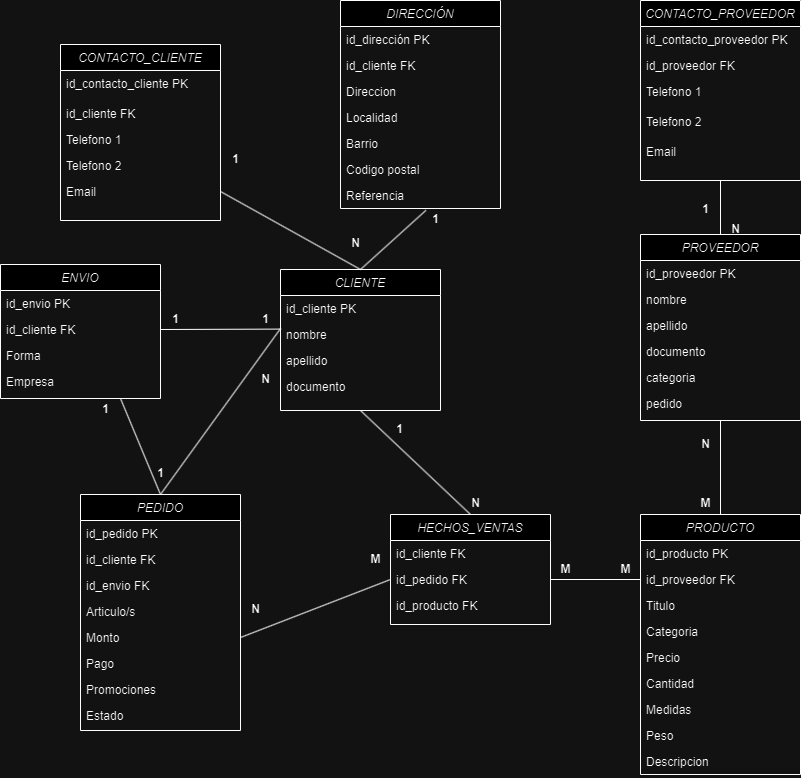
The draw.io diagram Diagrama tienda - CODERHOUSE.png in augustomenazzi/SQL---CODERHOUSE, before a commit. Source tidied: cells renumbered, new cells last; positions are measured from the earlier drawing's top-left corner, leaving out a move shared by most shapes.
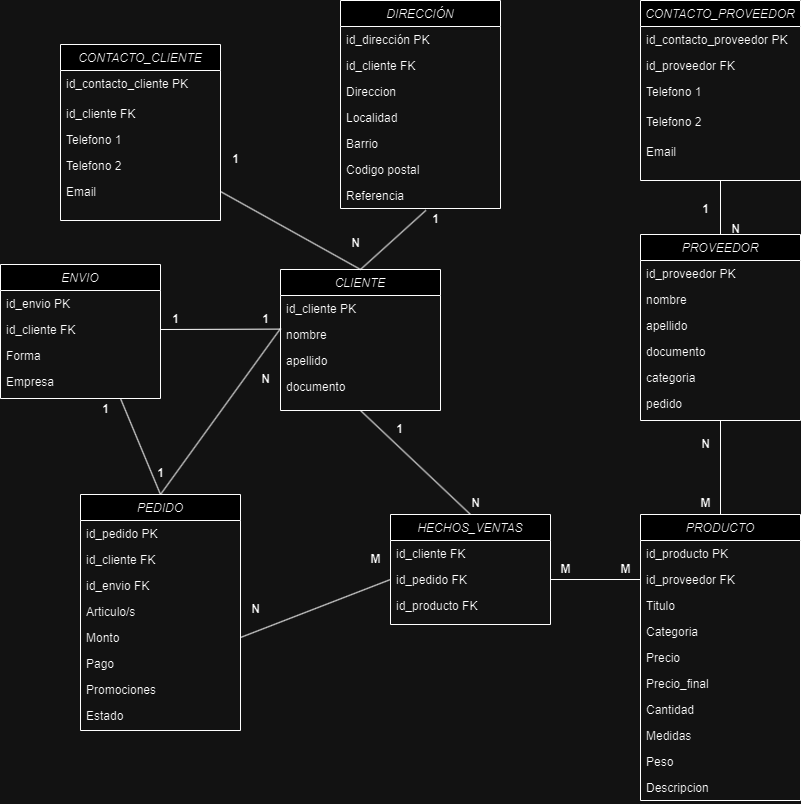
After the change.

The edit, as a diff of the source:
```diff
@@ -135,7 +135,7 @@
       <mxGeometry y="104" width="160" height="26" as="geometry" />
     </mxCell>
     <mxCell id="46" value="PRODUCTO" style="swimlane;fontStyle=2;align=center;verticalAlign=top;horizontal=1;startSize=26;rounded=0;shadow=0;strokeWidth=1;" parent="1" vertex="1">
-      <mxGeometry x="640" y="514" width="160" height="260" as="geometry" />
+      <mxGeometry x="640" y="514" width="160" height="286" as="geometry" />
     </mxCell>
     <mxCell id="47" value="id_producto PK" style="text;align=left;verticalAlign=top;spacingLeft=4;spacingRight=4;overflow=hidden;rounded=0;shadow=0;html=0;" parent="46" vertex="1">
       <mxGeometry y="26" width="160" height="26" as="geometry" />
@@ -152,17 +152,20 @@
     <mxCell id="51" value="Precio" style="text;align=left;verticalAlign=top;spacingLeft=4;spacingRight=4;overflow=hidden;rounded=0;shadow=0;html=0;" parent="46" vertex="1">
       <mxGeometry y="130" width="160" height="26" as="geometry" />
     </mxCell>
+    <mxCell id="90" value="Precio_final" style="text;align=left;verticalAlign=top;spacingLeft=4;spacingRight=4;overflow=hidden;rounded=0;shadow=0;html=0;" parent="46" vertex="1">
+      <mxGeometry y="156" width="160" height="26" as="geometry" />
+    </mxCell>
     <mxCell id="52" value="Cantidad" style="text;align=left;verticalAlign=top;spacingLeft=4;spacingRight=4;overflow=hidden;rounded=0;shadow=0;html=0;" parent="46" vertex="1">
-      <mxGeometry y="156" width="160" height="26" as="geometry" />
+      <mxGeometry y="182" width="160" height="26" as="geometry" />
     </mxCell>
     <mxCell id="53" value="Medidas" style="text;align=left;verticalAlign=top;spacingLeft=4;spacingRight=4;overflow=hidden;rounded=0;shadow=0;html=0;" parent="46" vertex="1">
-      <mxGeometry y="182" width="160" height="26" as="geometry" />
+      <mxGeometry y="208" width="160" height="26" as="geometry" />
     </mxCell>
     <mxCell id="54" value="Peso" style="text;align=left;verticalAlign=top;spacingLeft=4;spacingRight=4;overflow=hidden;rounded=0;shadow=0;html=0;" parent="46" vertex="1">
-      <mxGeometry y="208" width="160" height="26" as="geometry" />
+      <mxGeometry y="234" width="160" height="26" as="geometry" />
     </mxCell>
     <mxCell id="55" value="Descripcion" style="text;align=left;verticalAlign=top;spacingLeft=4;spacingRight=4;overflow=hidden;rounded=0;shadow=0;html=0;" parent="46" vertex="1">
-      <mxGeometry y="234" width="160" height="26" as="geometry" />
+      <mxGeometry y="260" width="160" height="26" as="geometry" />
     </mxCell>
     <mxCell id="56" style="endArrow=none;html=1;rounded=0;exitX=1;exitY=0.5;exitDx=0;exitDy=0;" parent="1" edge="1" source="16">
       <mxGeometry relative="1" as="geometry">
```
